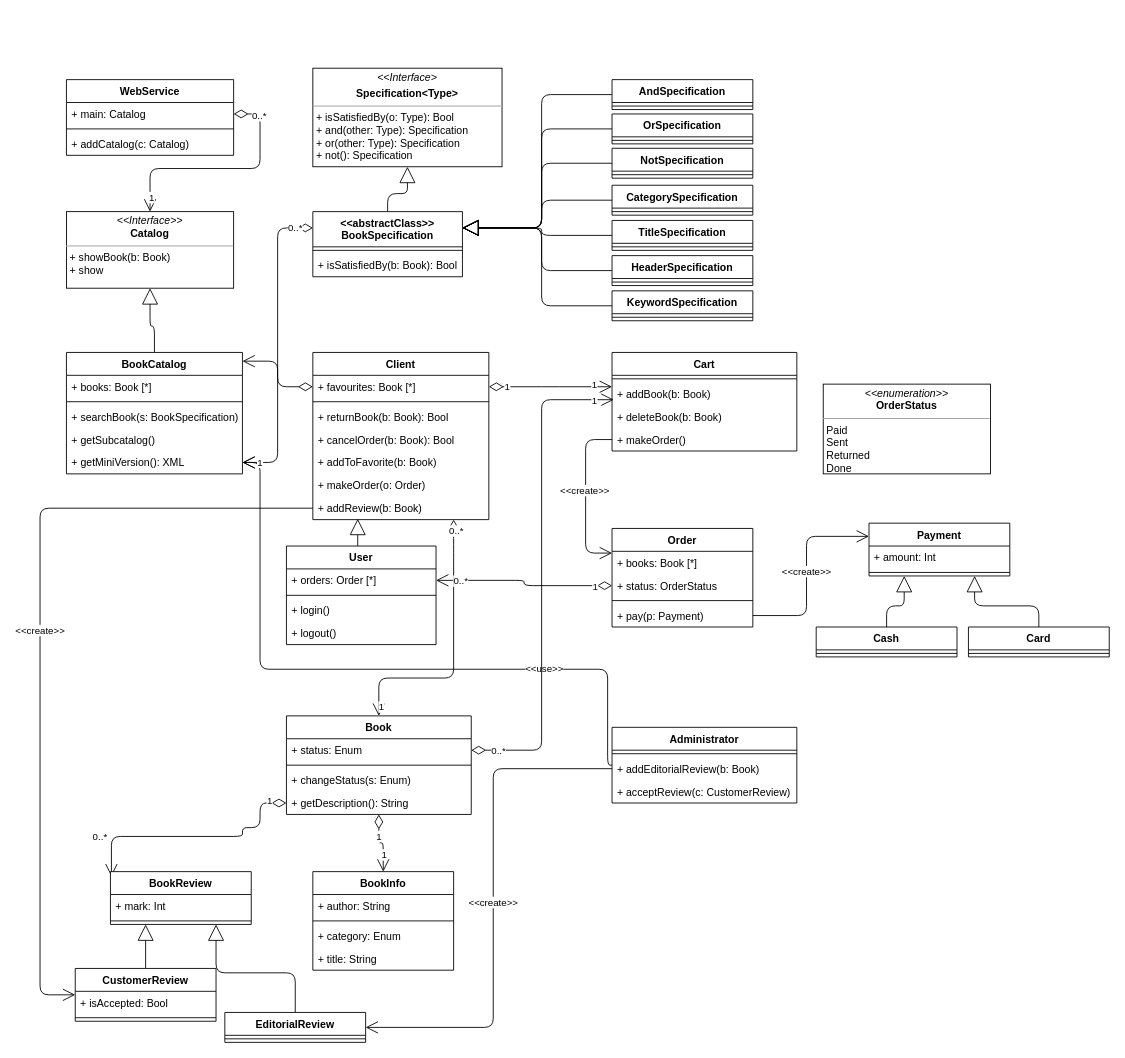
Earlier version of the draw.io diagram src/main/java/com/bash/docs/bookstore/bookstore.drawio (Gammanik/bash). Source tidied: cells renumbered, new cells numbered last; positions are measured from the earlier drawing's top-left corner, leaving out a move shared by most shapes. Both pictures are drawn from the tidied source at 88%, with x=0, y=0 at pixel (40, 68).
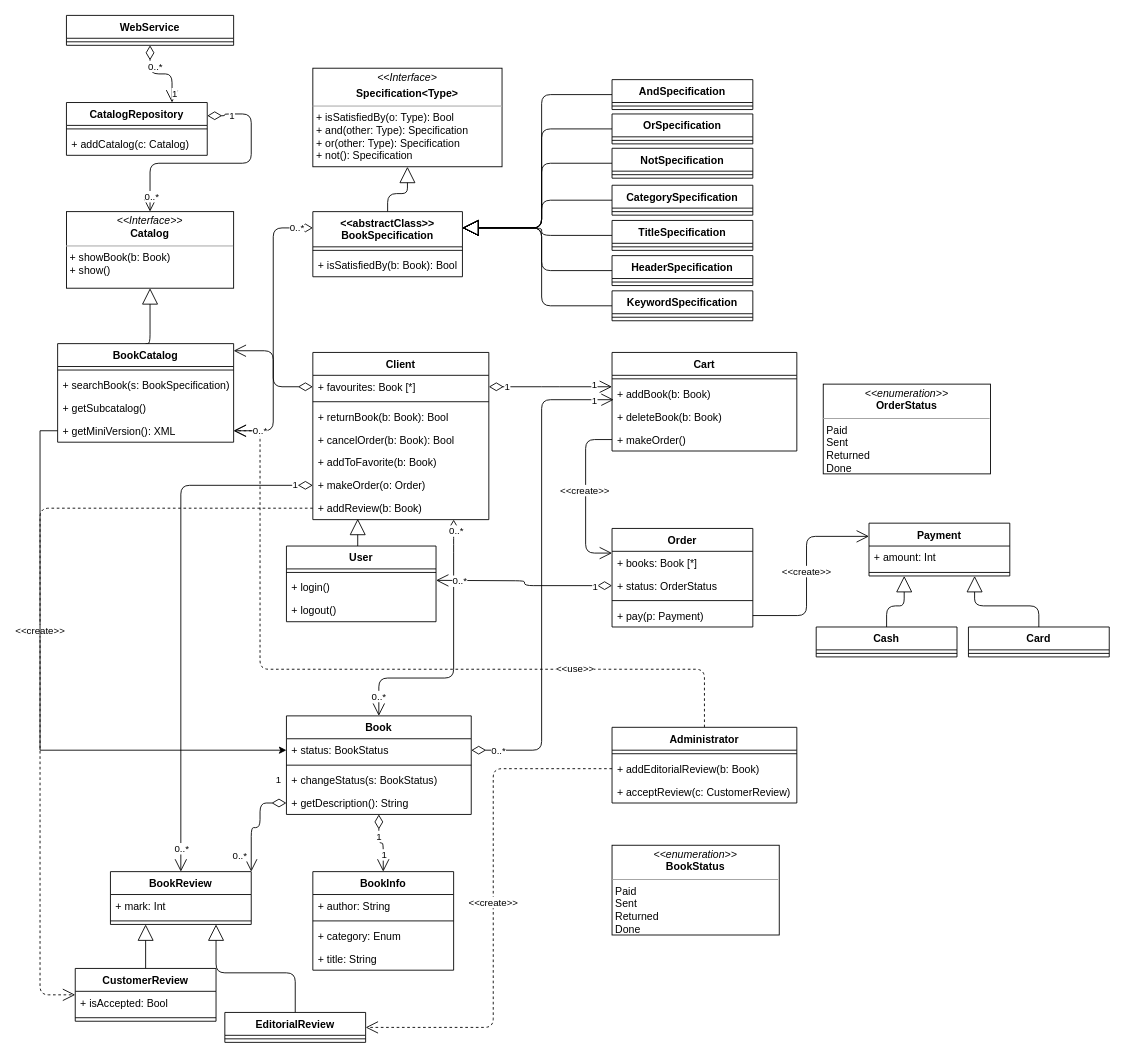
The same diagram, later.

Commit message (it also covers changes not shown here):
smallfixes bookstore

The change refers to these unchanged cells:
```xml
<mxCell id="21" style="edgeStyle=orthogonalEdgeStyle;rounded=1;jettySize=auto;html=1;entryX=0.5;entryY=0;entryDx=0;entryDy=0;endArrow=open;align=left;verticalAlign=bottom;endSize=12;startFill=0;startArrow=diamondThin;startSize=14;" parent="1" edge="1" source="40" target="114">
  <mxGeometry relative="1" as="geometry">
    <Array as="points">
      <mxPoint x="470" y="540" />
      <mxPoint x="470" y="693" />
      <mxPoint x="135" y="693" />
    </Array>
  </mxGeometry>
</mxCell>
<mxCell id="39" value="+ makeOrder(o: Order)" style="text;strokeColor=none;fillColor=none;align=left;verticalAlign=top;spacingLeft=4;spacingRight=4;overflow=hidden;points=[[0,0.5],[1,0.5]];portConstraint=eastwest;" parent="33" vertex="1">
  <mxGeometry y="138" width="200" height="26" as="geometry" />
</mxCell>
<mxCell id="40" value="+ addReview(b: Book)" style="text;strokeColor=none;fillColor=none;align=left;verticalAlign=top;spacingLeft=4;spacingRight=4;overflow=hidden;points=[[0,0.5],[1,0.5]];portConstraint=eastwest;" parent="33" vertex="1">
  <mxGeometry y="164" width="200" height="26" as="geometry" />
</mxCell>
<mxCell id="58" value="+ status: OrderStatus" style="text;strokeColor=none;fillColor=none;align=left;verticalAlign=top;spacingLeft=4;spacingRight=4;overflow=hidden;points=[[0,0.5],[1,0.5]];portConstraint=eastwest;" parent="56" vertex="1">
  <mxGeometry y="52" width="160" height="26" as="geometry" />
</mxCell>
<mxCell id="68" style="edgeStyle=orthogonalEdgeStyle;rounded=1;jettySize=auto;html=1;exitX=0;exitY=0.25;exitDx=0;exitDy=0;entryX=1;entryY=0.5;entryDx=0;entryDy=0;endArrow=open;align=left;verticalAlign=bottom;endSize=12;startFill=0;startArrow=diamondThin;startSize=14;" parent="1" edge="1" source="71" target="47">
  <mxGeometry relative="1" as="geometry" />
</mxCell>
<mxCell id="95" value="Administrator" style="swimlane;fontStyle=1;align=center;verticalAlign=top;horizontal=1;startSize=26;" parent="1" vertex="1">
  <mxGeometry x="650" y="749" width="210" height="86" as="geometry" />
</mxCell>
<mxCell id="97" value="+ addEditorialReview(b: Book)" style="text;strokeColor=none;fillColor=none;align=left;verticalAlign=top;spacingLeft=4;spacingRight=4;overflow=hidden;points=[[0,0.5],[1,0.5]];portConstraint=eastwest;" parent="95" vertex="1">
  <mxGeometry y="34" width="210" height="26" as="geometry" />
</mxCell>
<mxCell id="105" value="BookReview" style="swimlane;fontStyle=1;align=center;verticalAlign=top;horizontal=1;startSize=26;" parent="1" vertex="1">
  <mxGeometry x="80" y="913" width="160" height="60" as="geometry" />
</mxCell>
<mxCell id="108" value="CustomerReview" style="swimlane;fontStyle=1;align=center;verticalAlign=top;horizontal=1;startSize=26;" parent="1" vertex="1">
  <mxGeometry x="40" y="1023" width="160" height="60" as="geometry" />
</mxCell>
<mxCell id="114" value="Book" style="swimlane;fontStyle=1;align=center;verticalAlign=top;horizontal=1;startSize=26;" parent="1" vertex="1">
  <mxGeometry x="280" y="736" width="210" height="112" as="geometry" />
</mxCell>
<mxCell id="118" value="+ getDescription(): String" style="text;strokeColor=none;fillColor=none;align=left;verticalAlign=top;spacingLeft=4;spacingRight=4;overflow=hidden;points=[[0,0.5],[1,0.5]];portConstraint=eastwest;" parent="114" vertex="1">
  <mxGeometry y="86" width="210" height="26" as="geometry" />
</mxCell>
<mxCell id="119" value="EditorialReview" style="swimlane;fontStyle=1;align=center;verticalAlign=top;horizontal=1;startSize=26;" parent="1" vertex="1">
  <mxGeometry x="210" y="1073" width="160" height="34" as="geometry" />
</mxCell>
```

The edit, as a diff of the source:
```diff
@@
-    <mxCell id="4" style="edgeStyle=orthogonalEdgeStyle;rounded=1;jettySize=auto;html=1;exitX=0;exitY=0.5;exitDx=0;exitDy=0;entryX=0.007;entryY=0.091;entryDx=0;entryDy=0;entryPerimeter=0;endArrow=open;align=left;verticalAlign=bottom;endSize=12;startFill=0;startArrow=diamondThin;startSize=14;" parent="1" edge="1" source="118" target="105">
+    <mxCell id="4" style="edgeStyle=orthogonalEdgeStyle;rounded=1;jettySize=auto;html=1;exitX=0;exitY=0.5;exitDx=0;exitDy=0;entryX=1;entryY=0;entryDx=0;entryDy=0;endArrow=open;align=left;verticalAlign=bottom;endSize=12;startFill=0;startArrow=diamondThin;startSize=14;" parent="1" edge="1" source="118" target="105">
       <mxGeometry relative="1" as="geometry">
         <Array as="points">
           <mxPoint x="250" y="835" />
           <mxPoint x="250" y="863" />
-          <mxPoint x="230" y="863" />
-          <mxPoint x="230" y="873" />
-          <mxPoint x="81" y="873" />
+          <mxPoint x="240" y="863" />
         </Array>
       </mxGeometry>
     </mxCell>
@@
-    <mxCell id="11" value="WebService" style="swimlane;fontStyle=1;align=center;verticalAlign=top;horizontal=1;startSize=26;" parent="1" vertex="1">
-      <mxGeometry x="30" y="13" width="190" height="86" as="geometry" />
-    </mxCell>
-    <mxCell id="12" value="+ main: Catalog" style="text;strokeColor=none;fillColor=none;align=left;verticalAlign=top;spacingLeft=4;spacingRight=4;overflow=hidden;points=[[0,0.5],[1,0.5]];portConstraint=eastwest;" parent="11" vertex="1">
-      <mxGeometry y="26" width="190" height="26" as="geometry" />
-    </mxCell>
-    <mxCell id="13" style="line;strokeWidth=1;fillColor=none;align=left;verticalAlign=middle;spacingTop=-1;spacingLeft=3;spacingRight=3;labelPosition=right;" parent="11" vertex="1">
-      <mxGeometry y="52" width="190" height="8" as="geometry" />
-    </mxCell>
-    <mxCell id="14" value="+ addCatalog(c: Catalog)" style="text;strokeColor=none;fillColor=none;align=left;verticalAlign=top;spacingLeft=4;spacingRight=4;overflow=hidden;" parent="11" vertex="1">
-      <mxGeometry y="60" width="190" height="26" as="geometry" />
-    </mxCell>
@@
-    <mxCell id="17" value="&lt;p style=&quot;margin: 0px ; margin-top: 4px ; text-align: center&quot;&gt;&lt;i&gt;&amp;lt;&amp;lt;Interface&amp;gt;&amp;gt;&lt;/i&gt;&lt;br&gt;&lt;b&gt;Catalog&lt;/b&gt;&lt;/p&gt;&lt;hr size=&quot;1&quot;&gt;&lt;p style=&quot;margin: 0px ; margin-left: 4px&quot;&gt;+ showBook(b: Book)&lt;br&gt;+ show&lt;/p&gt;" style="verticalAlign=top;align=left;overflow=fill;fontSize=12;fontFamily=Helvetica;html=1;" parent="1" vertex="1">
+    <mxCell id="17" value="&lt;p style=&quot;margin: 0px ; margin-top: 4px ; text-align: center&quot;&gt;&lt;i&gt;&amp;lt;&amp;lt;Interface&amp;gt;&amp;gt;&lt;/i&gt;&lt;br&gt;&lt;b&gt;Catalog&lt;/b&gt;&lt;/p&gt;&lt;hr size=&quot;1&quot;&gt;&lt;p style=&quot;margin: 0px ; margin-left: 4px&quot;&gt;+ showBook(b: Book)&lt;br&gt;+ show()&lt;/p&gt;" style="verticalAlign=top;align=left;overflow=fill;fontSize=12;fontFamily=Helvetica;html=1;" parent="1" vertex="1">
       <mxGeometry x="30" y="163" width="190" height="87" as="geometry" />
     </mxCell>
@@
-    <mxCell id="23" value="1" style="edgeLabel;html=1;align=center;verticalAlign=middle;" parent="21" vertex="1">
-      <mxGeometry x="0.93" y="2" relative="1" as="geometry" />
+    <mxCell id="23" value="0..*" style="edgeLabel;html=1;align=center;verticalAlign=middle;" parent="21" vertex="1">
+      <mxGeometry x="0.93" y="2" relative="1" as="geometry">
+        <mxPoint x="-3" y="-11.7" as="offset" />
+      </mxGeometry>
     </mxCell>
@@
-    <mxCell id="25" style="edgeStyle=orthogonalEdgeStyle;rounded=1;jettySize=auto;html=1;entryX=1;entryY=0.5;entryDx=0;entryDy=0;endArrow=open;align=left;verticalAlign=bottom;endSize=12;startFill=0;startArrow=diamondThin;startSize=14;" parent="1" edge="1" source="58" target="52">
-      <mxGeometry relative="1" as="geometry" />
+    <mxCell id="25" style="edgeStyle=orthogonalEdgeStyle;rounded=1;jettySize=auto;html=1;entryX=1;entryY=0.5;entryDx=0;entryDy=0;endArrow=open;align=left;verticalAlign=bottom;endSize=12;startFill=0;startArrow=diamondThin;startSize=14;" parent="1" edge="1" source="58">
+      <mxGeometry relative="1" as="geometry">
+        <mxPoint x="450" y="582" as="targetPoint" />
+      </mxGeometry>
     </mxCell>
@@
     <mxCell id="41" style="edgeStyle=orthogonalEdgeStyle;rounded=1;jettySize=auto;html=1;entryX=0.5;entryY=1;entryDx=0;entryDy=0;endArrow=block;endFill=0;endSize=16;exitX=0.5;exitY=0;exitDx=0;exitDy=0;" parent="1" edge="1" source="42" target="17">
       <mxGeometry relative="1" as="geometry">
         <Array as="points">
-          <mxPoint x="130" y="293" />
-          <mxPoint x="125" y="293" />
+          <mxPoint x="125" y="313" />
         </Array>
       </mxGeometry>
     </mxCell>
-    <mxCell id="42" value="BookCatalog" style="swimlane;fontStyle=1;align=center;verticalAlign=top;horizontal=1;startSize=26;" parent="1" vertex="1">
-      <mxGeometry x="30" y="323" width="200" height="138" as="geometry" />
-    </mxCell>
-    <mxCell id="43" value="+ books: Book [*]" style="text;strokeColor=none;fillColor=none;align=left;verticalAlign=top;spacingLeft=4;spacingRight=4;overflow=hidden;" parent="42" vertex="1">
-      <mxGeometry y="26" width="200" height="26" as="geometry" />
-    </mxCell>
-    <mxCell id="44" style="line;strokeWidth=1;fillColor=none;align=left;verticalAlign=middle;spacingTop=-1;spacingLeft=3;spacingRight=3;labelPosition=right;" parent="42" vertex="1">
-      <mxGeometry y="52" width="200" height="8" as="geometry" />
-    </mxCell>
-    <mxCell id="45" value="+ searchBook(s: BookSpecification)" style="text;strokeColor=none;fillColor=none;align=left;verticalAlign=top;spacingLeft=4;spacingRight=4;overflow=hidden;" parent="42" vertex="1">
-      <mxGeometry y="60" width="200" height="26" as="geometry" />
-    </mxCell>
-    <mxCell id="46" value="+ getSubcatalog()" style="text;strokeColor=none;fillColor=none;align=left;verticalAlign=top;spacingLeft=4;spacingRight=4;overflow=hidden;" parent="42" vertex="1">
-      <mxGeometry y="86" width="200" height="26" as="geometry" />
-    </mxCell>
-    <mxCell id="47" value="+ getMiniVersion(): XML" style="text;strokeColor=none;fillColor=none;align=left;verticalAlign=top;spacingLeft=4;spacingRight=4;overflow=hidden;points=[[0,0.5],[1,0.5]];portConstraint=eastwest;" parent="42" vertex="1">
-      <mxGeometry y="112" width="200" height="26" as="geometry" />
-    </mxCell>
-    <mxCell id="48" style="edgeStyle=orthogonalEdgeStyle;rounded=1;jettySize=auto;html=1;entryX=1;entryY=0.5;entryDx=0;entryDy=0;endArrow=open;endFill=1;endSize=12;" parent="1" edge="1" source="95" target="47">
+    <mxCell id="48" style="edgeStyle=orthogonalEdgeStyle;rounded=1;jettySize=auto;html=1;entryX=1;entryY=0.5;entryDx=0;entryDy=0;endArrow=open;endFill=1;endSize=12;dashed=1;" parent="1" edge="1" source="95" target="47">
       <mxGeometry relative="1" as="geometry">
         <Array as="points">
           <mxPoint x="645" y="683" />
           <mxPoint x="250" y="683" />
           <mxPoint x="250" y="448" />
         </Array>
       </mxGeometry>
     </mxCell>
@@
-    <mxCell id="50" value="&amp;lt;&amp;lt;create&amp;gt;&amp;gt;" style="edgeStyle=orthogonalEdgeStyle;rounded=1;jettySize=auto;html=1;entryX=1;entryY=0.5;entryDx=0;entryDy=0;endArrow=open;endFill=1;exitX=0;exitY=0.5;exitDx=0;exitDy=0;endSize=12;" parent="1" edge="1" source="97" target="119">
+    <mxCell id="50" value="&amp;lt;&amp;lt;create&amp;gt;&amp;gt;" style="edgeStyle=orthogonalEdgeStyle;rounded=1;jettySize=auto;html=1;entryX=1;entryY=0.5;entryDx=0;entryDy=0;endArrow=open;endFill=1;exitX=0;exitY=0.5;exitDx=0;exitDy=0;endSize=12;dashed=1;" parent="1" edge="1" source="97" target="119">
       <mxGeometry relative="1" as="geometry" />
     </mxCell>
     <mxCell id="51" value="User" style="swimlane;fontStyle=1;align=center;verticalAlign=top;horizontal=1;startSize=26;" parent="1" vertex="1">
-      <mxGeometry x="280" y="543" width="170" height="112" as="geometry" />
+      <mxGeometry x="280" y="543" width="170" height="86" as="geometry" />
     </mxCell>
-    <mxCell id="52" value="+ orders: Order [*]" style="text;strokeColor=none;fillColor=none;align=left;verticalAlign=top;spacingLeft=4;spacingRight=4;overflow=hidden;points=[[0,0.5],[1,0.5]];portConstraint=eastwest;" parent="51" vertex="1">
-      <mxGeometry y="26" width="170" height="26" as="geometry" />
-    </mxCell>
     <mxCell id="53" style="line;strokeWidth=1;fillColor=none;align=left;verticalAlign=middle;spacingTop=-1;spacingLeft=3;spacingRight=3;labelPosition=right;" parent="51" vertex="1">
-      <mxGeometry y="52" width="170" height="8" as="geometry" />
+      <mxGeometry y="26" width="170" height="8" as="geometry" />
     </mxCell>
     <mxCell id="54" value="+ login()" style="text;strokeColor=none;fillColor=none;align=left;verticalAlign=top;spacingLeft=4;spacingRight=4;overflow=hidden;" parent="51" vertex="1">
-      <mxGeometry y="60" width="170" height="26" as="geometry" />
+      <mxGeometry y="34" width="170" height="26" as="geometry" />
     </mxCell>
     <mxCell id="55" value="+ logout()" style="text;strokeColor=none;fillColor=none;align=left;verticalAlign=top;spacingLeft=4;spacingRight=4;overflow=hidden;" parent="51" vertex="1">
-      <mxGeometry y="86" width="170" height="26" as="geometry" />
+      <mxGeometry y="60" width="170" height="26" as="geometry" />
     </mxCell>
@@
-    <mxCell id="69" value="1" style="edgeLabel;html=1;align=center;verticalAlign=middle;" parent="68" vertex="1">
-      <mxGeometry x="0.89" y="-1" relative="1" as="geometry" />
+    <mxCell id="69" value="0..*" style="edgeLabel;html=1;align=center;verticalAlign=middle;" parent="68" vertex="1">
+      <mxGeometry x="0.89" y="-1" relative="1" as="geometry">
+        <mxPoint x="12" as="offset" />
+      </mxGeometry>
     </mxCell>
@@
-    <mxCell id="100" style="edgeStyle=orthogonalEdgeStyle;rounded=1;jettySize=auto;html=1;entryX=0;entryY=0.5;entryDx=0;entryDy=0;endArrow=open;endFill=1;endSize=12;" parent="1" edge="1" source="40" target="108">
+    <mxCell id="100" style="edgeStyle=orthogonalEdgeStyle;rounded=1;jettySize=auto;html=1;entryX=0;entryY=0.5;entryDx=0;entryDy=0;endArrow=open;endFill=1;endSize=12;dashed=1;" parent="1" edge="1" source="40" target="108">
       <mxGeometry relative="1" as="geometry">
         <Array as="points">
           <mxPoint y="500" />
           <mxPoint y="1053" />
         </Array>
       </mxGeometry>
     </mxCell>
@@
-    <mxCell id="102" style="edgeStyle=orthogonalEdgeStyle;rounded=1;jettySize=auto;html=1;exitX=1;exitY=0.5;exitDx=0;exitDy=0;entryX=0.5;entryY=0;entryDx=0;entryDy=0;endArrow=open;align=left;verticalAlign=bottom;endSize=12;startFill=0;startArrow=diamondThin;startSize=14;" parent="1" edge="1" source="12" target="17">
-      <mxGeometry relative="1" as="geometry" />
+    <mxCell id="102" style="edgeStyle=orthogonalEdgeStyle;rounded=1;jettySize=auto;html=1;exitX=1;exitY=0.25;exitDx=0;exitDy=0;entryX=0.5;entryY=0;entryDx=0;entryDy=0;endArrow=open;align=left;verticalAlign=bottom;endSize=12;startFill=0;startArrow=diamondThin;startSize=14;" parent="1" edge="1" source="138" target="17">
+      <mxGeometry relative="1" as="geometry">
+        <Array as="points">
+          <mxPoint x="210" y="54" />
+          <mxPoint x="210" y="52" />
+          <mxPoint x="240" y="52" />
+          <mxPoint x="240" y="108" />
+          <mxPoint x="125" y="108" />
+        </Array>
+      </mxGeometry>
     </mxCell>
-    <mxCell id="103" value="0..*" style="edgeLabel;html=1;align=center;verticalAlign=middle;" parent="102" vertex="1">
+    <mxCell id="103" value="1" style="edgeLabel;html=1;align=center;verticalAlign=middle;" parent="102" vertex="1">
       <mxGeometry x="-0.79" y="-1" relative="1" as="geometry" />
     </mxCell>
-    <mxCell id="104" value="1" style="edgeLabel;html=1;align=center;verticalAlign=middle;" parent="102" vertex="1">
+    <mxCell id="104" value="0..*" style="edgeLabel;html=1;align=center;verticalAlign=middle;" parent="102" vertex="1">
       <mxGeometry x="0.87" y="1" relative="1" as="geometry" />
     </mxCell>
@@
-    <mxCell id="115" value="+ status: Enum" style="text;strokeColor=none;fillColor=none;align=left;verticalAlign=top;spacingLeft=4;spacingRight=4;overflow=hidden;points=[[0,0.5],[1,0.5]];portConstraint=eastwest;" parent="114" vertex="1">
+    <mxCell id="115" value="+ status: BookStatus" style="text;strokeColor=none;fillColor=none;align=left;verticalAlign=top;spacingLeft=4;spacingRight=4;overflow=hidden;points=[[0,0.5],[1,0.5]];portConstraint=eastwest;" parent="114" vertex="1">
       <mxGeometry y="26" width="210" height="26" as="geometry" />
     </mxCell>
@@
-    <mxCell id="117" value="+ changeStatus(s: Enum)" style="text;strokeColor=none;fillColor=none;align=left;verticalAlign=top;spacingLeft=4;spacingRight=4;overflow=hidden;" parent="114" vertex="1">
+    <mxCell id="117" value="+ changeStatus(s: BookStatus)" style="text;strokeColor=none;fillColor=none;align=left;verticalAlign=top;spacingLeft=4;spacingRight=4;overflow=hidden;" parent="114" vertex="1">
       <mxGeometry y="60" width="210" height="26" as="geometry" />
     </mxCell>
@@
+    <mxCell id="133" value="&lt;p style=&quot;margin: 0px ; margin-top: 4px ; text-align: center&quot;&gt;&lt;i&gt;&amp;lt;&amp;lt;enumeration&amp;gt;&amp;gt;&lt;/i&gt;&lt;br&gt;&lt;b&gt;BookStatus&lt;/b&gt;&lt;/p&gt;&lt;hr size=&quot;1&quot;&gt;&lt;p style=&quot;margin: 0px ; margin-left: 4px&quot;&gt;Paid&lt;/p&gt;&lt;p style=&quot;margin: 0px ; margin-left: 4px&quot;&gt;Sent&lt;/p&gt;&lt;p style=&quot;margin: 0px ; margin-left: 4px&quot;&gt;Returned&lt;/p&gt;&lt;p style=&quot;margin: 0px ; margin-left: 4px&quot;&gt;Done&lt;/p&gt;" style="verticalAlign=top;align=left;overflow=fill;fontSize=12;fontFamily=Helvetica;html=1;" parent="1" vertex="1">
+      <mxGeometry x="650" y="883" width="190" height="102" as="geometry" />
+    </mxCell>
+    <mxCell id="134" style="edgeStyle=orthogonalEdgeStyle;rounded=0;jettySize=auto;html=1;entryX=0;entryY=0.5;entryDx=0;entryDy=0;exitX=0;exitY=0.5;exitDx=0;exitDy=0;" parent="1" edge="1" source="47" target="115">
+      <mxGeometry relative="1" as="geometry" />
+    </mxCell>
+    <mxCell id="135" style="edgeStyle=orthogonalEdgeStyle;rounded=1;jettySize=auto;html=1;exitX=0;exitY=0.5;exitDx=0;exitDy=0;align=left;verticalAlign=bottom;endArrow=open;endSize=12;startFill=0;startArrow=diamondThin;startSize=14;" parent="1" edge="1" source="39" target="105">
+      <mxGeometry relative="1" as="geometry" />
+    </mxCell>
+    <mxCell id="136" value="0..*" style="edgeLabel;html=1;align=center;verticalAlign=middle;" parent="135" vertex="1">
+      <mxGeometry x="0.91" relative="1" as="geometry" />
+    </mxCell>
+    <mxCell id="137" value="1" style="edgeLabel;html=1;align=center;verticalAlign=middle;" parent="135" vertex="1">
+      <mxGeometry x="-0.93" y="-1" relative="1" as="geometry" />
+    </mxCell>
+    <mxCell id="42" value="BookCatalog" style="swimlane;fontStyle=1;align=center;verticalAlign=top;horizontal=1;startSize=26;" parent="1" vertex="1">
+      <mxGeometry x="20" y="313" width="200" height="112" as="geometry" />
+    </mxCell>
+    <mxCell id="44" style="line;strokeWidth=1;fillColor=none;align=left;verticalAlign=middle;spacingTop=-1;spacingLeft=3;spacingRight=3;labelPosition=right;" parent="42" vertex="1">
+      <mxGeometry y="26" width="200" height="8" as="geometry" />
+    </mxCell>
+    <mxCell id="45" value="+ searchBook(s: BookSpecification)" style="text;strokeColor=none;fillColor=none;align=left;verticalAlign=top;spacingLeft=4;spacingRight=4;overflow=hidden;" parent="42" vertex="1">
+      <mxGeometry y="34" width="200" height="26" as="geometry" />
+    </mxCell>
+    <mxCell id="46" value="+ getSubcatalog()" style="text;strokeColor=none;fillColor=none;align=left;verticalAlign=top;spacingLeft=4;spacingRight=4;overflow=hidden;" parent="42" vertex="1">
+      <mxGeometry y="60" width="200" height="26" as="geometry" />
+    </mxCell>
+    <mxCell id="47" value="+ getMiniVersion(): XML" style="text;strokeColor=none;fillColor=none;align=left;verticalAlign=top;spacingLeft=4;spacingRight=4;overflow=hidden;points=[[0,0.5],[1,0.5]];portConstraint=eastwest;" parent="42" vertex="1">
+      <mxGeometry y="86" width="200" height="26" as="geometry" />
+    </mxCell>
+    <mxCell id="138" value="CatalogRepository" style="swimlane;fontStyle=1;align=center;verticalAlign=top;horizontal=1;startSize=26;" parent="1" vertex="1">
+      <mxGeometry x="30" y="39" width="160" height="60" as="geometry" />
+    </mxCell>
+    <mxCell id="139" style="line;strokeWidth=1;fillColor=none;align=left;verticalAlign=middle;spacingTop=-1;spacingLeft=3;spacingRight=3;labelPosition=right;" parent="138" vertex="1">
+      <mxGeometry y="26" width="160" height="8" as="geometry" />
+    </mxCell>
+    <mxCell id="14" value="+ addCatalog(c: Catalog)" style="text;strokeColor=none;fillColor=none;align=left;verticalAlign=top;spacingLeft=4;spacingRight=4;overflow=hidden;" parent="138" vertex="1">
+      <mxGeometry y="34" width="160" height="26" as="geometry" />
+    </mxCell>
+    <mxCell id="140" style="edgeStyle=orthogonalEdgeStyle;rounded=1;jettySize=auto;html=1;entryX=0.75;entryY=0;entryDx=0;entryDy=0;align=left;verticalAlign=bottom;endArrow=open;endSize=12;startFill=0;startArrow=diamondThin;startSize=14;" parent="1" edge="1" source="11" target="138">
+      <mxGeometry relative="1" as="geometry" />
+    </mxCell>
+    <mxCell id="141" value="1" style="edgeLabel;html=1;align=center;verticalAlign=middle;" parent="140" vertex="1">
+      <mxGeometry x="0.76" y="2" relative="1" as="geometry" />
+    </mxCell>
+    <mxCell id="142" value="0..*" style="edgeLabel;html=1;align=center;verticalAlign=middle;" parent="140" vertex="1">
+      <mxGeometry x="-0.7" relative="1" as="geometry">
+        <mxPoint x="5" y="9.8" as="offset" />
+      </mxGeometry>
+    </mxCell>
+    <mxCell id="11" value="WebService" style="swimlane;fontStyle=1;align=center;verticalAlign=top;horizontal=1;startSize=26;" parent="1" vertex="1">
+      <mxGeometry x="30" y="-60" width="190" height="34" as="geometry" />
+    </mxCell>
+    <mxCell id="13" style="line;strokeWidth=1;fillColor=none;align=left;verticalAlign=middle;spacingTop=-1;spacingLeft=3;spacingRight=3;labelPosition=right;" parent="11" vertex="1">
+      <mxGeometry y="26" width="190" height="8" as="geometry" />
+    </mxCell>
```
